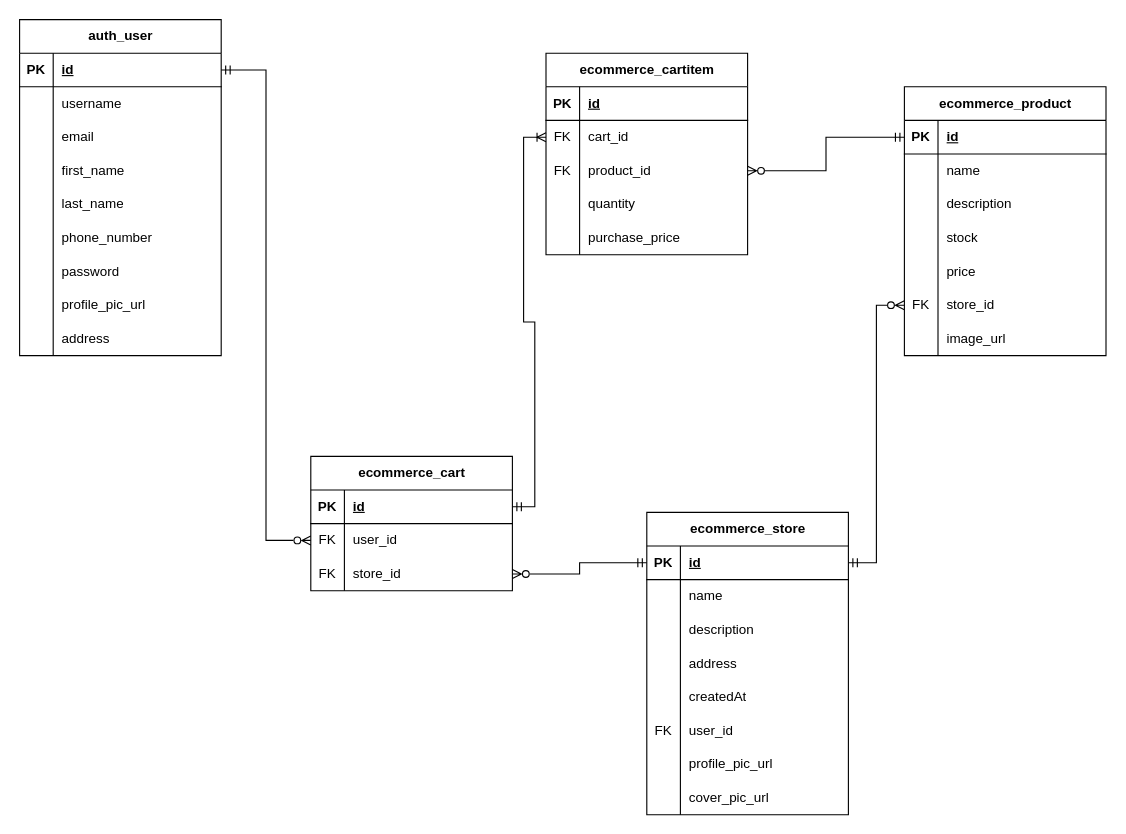
This is page "Add products to cart" (2 of 3) of E-Commerce API ERD.drawio from RHILIUS/drawio, a draw.io file, before an edit. Source tidied: cells renumbered, new cells numbered last; positions are measured from the earlier drawing's top-left corner, leaving out a move shared by most shapes. Both pictures are drawn from the tidied source at 112%, with x=0, y=0 at pixel (19, 19).
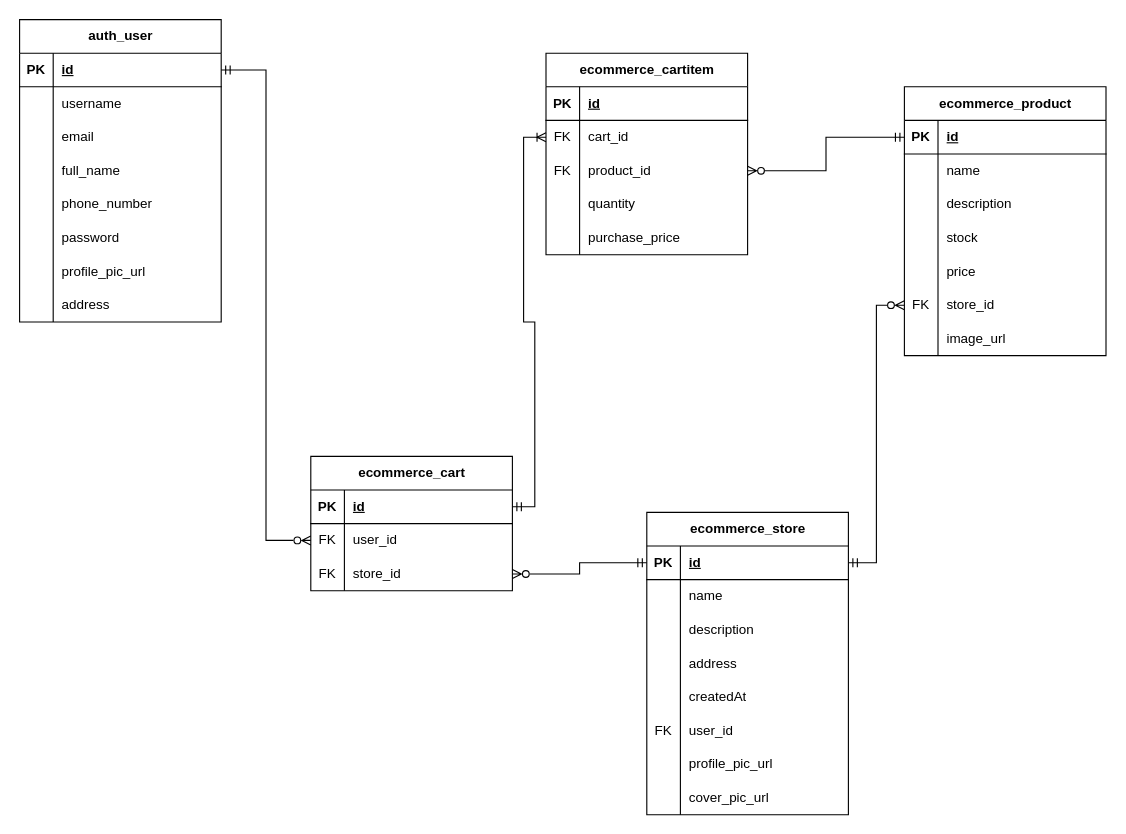
The same diagram, later.

Commit message (it also covers changes not shown here):
feat: combined first_name and last_name fields to be full_name on user table

The change refers to these unchanged cells:
```xml
<mxCell id="44" style="shape=tableRow;horizontal=0;startSize=0;swimlaneHead=0;swimlaneBody=0;fillColor=none;top=0;left=0;right=0;bottom=0;" parent="34" vertex="1">
  <mxGeometry y="120" width="180" height="30" as="geometry" />
</mxCell>
```

Diff of the diagram source:
```diff
@@
     <mxCell id="34" value="auth_user" style="shape=table;startSize=30;childLayout=tableLayout;rowLines=0;fontStyle=1;align=center;html=1;" parent="1" vertex="1">
-      <mxGeometry width="180" height="300" as="geometry" />
+      <mxGeometry width="180" height="270" as="geometry" />
     </mxCell>
@@
-    <mxCell id="46" value="first_name" style="shape=partialRectangle;fillColor=none;top=0;left=0;bottom=0;right=0;align=left;spacingLeft=6;overflow=hidden;whiteSpace=wrap;html=1;" parent="44" vertex="1">
+    <mxCell id="46" value="full_name" style="shape=partialRectangle;fillColor=none;top=0;left=0;bottom=0;right=0;align=left;spacingLeft=6;overflow=hidden;whiteSpace=wrap;html=1;" parent="44" vertex="1">
       <mxGeometry x="30" width="150" height="30" as="geometry" />
     </mxCell>
-    <mxCell id="47" style="shape=tableRow;horizontal=0;startSize=0;swimlaneHead=0;swimlaneBody=0;fillColor=none;top=0;left=0;right=0;bottom=0;" parent="34" vertex="1">
-      <mxGeometry y="150" width="180" height="30" as="geometry" />
-    </mxCell>
-    <mxCell id="48" style="shape=partialRectangle;fillColor=none;top=0;left=0;bottom=0;right=0;overflow=hidden;whiteSpace=wrap;html=1;" parent="47" vertex="1">
-      <mxGeometry width="30" height="30" as="geometry" />
-    </mxCell>
-    <mxCell id="49" value="last_name" style="shape=partialRectangle;fillColor=none;top=0;left=0;bottom=0;right=0;align=left;spacingLeft=6;overflow=hidden;whiteSpace=wrap;html=1;" parent="47" vertex="1">
-      <mxGeometry x="30" width="150" height="30" as="geometry" />
-    </mxCell>
     <mxCell id="50" style="shape=tableRow;horizontal=0;startSize=0;swimlaneHead=0;swimlaneBody=0;fillColor=none;top=0;left=0;right=0;bottom=0;" parent="34" vertex="1">
-      <mxGeometry y="180" width="180" height="30" as="geometry" />
+      <mxGeometry y="150" width="180" height="30" as="geometry" />
     </mxCell>
@@
     <mxCell id="53" style="shape=tableRow;horizontal=0;startSize=0;swimlaneHead=0;swimlaneBody=0;fillColor=none;top=0;left=0;right=0;bottom=0;" parent="34" vertex="1">
-      <mxGeometry y="210" width="180" height="30" as="geometry" />
+      <mxGeometry y="180" width="180" height="30" as="geometry" />
     </mxCell>
@@
     <mxCell id="56" style="shape=tableRow;horizontal=0;startSize=0;swimlaneHead=0;swimlaneBody=0;fillColor=none;top=0;left=0;right=0;bottom=0;" parent="34" vertex="1">
-      <mxGeometry y="240" width="180" height="30" as="geometry" />
+      <mxGeometry y="210" width="180" height="30" as="geometry" />
     </mxCell>
@@
     <mxCell id="59" style="shape=tableRow;horizontal=0;startSize=0;swimlaneHead=0;swimlaneBody=0;fillColor=none;top=0;left=0;right=0;bottom=0;" parent="34" vertex="1">
-      <mxGeometry y="270" width="180" height="30" as="geometry" />
+      <mxGeometry y="240" width="180" height="30" as="geometry" />
     </mxCell>
```
